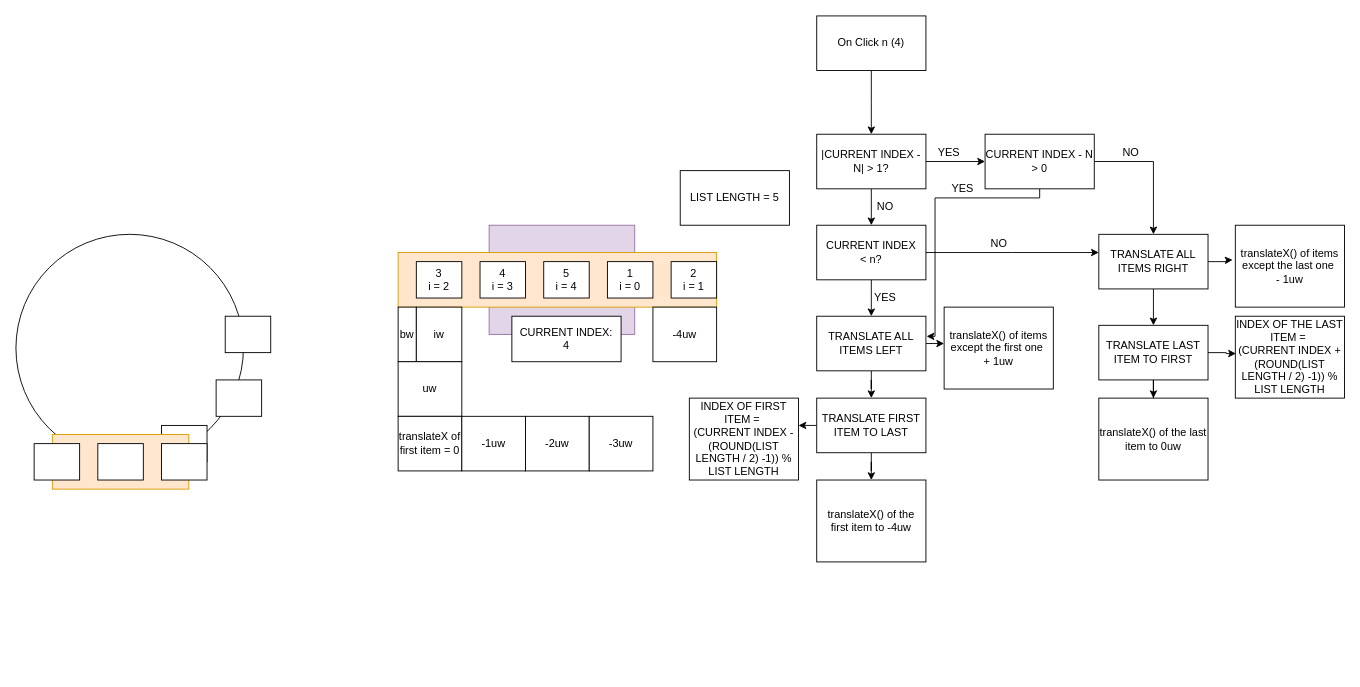
Before: Untitled Diagram.drawio in pavk96/calculator, a draw.io diagram. Source tidied: cells renumbered, new cells numbered last; positions are measured from the earlier drawing's top-left corner, leaving out a move shared by most shapes. Both pictures are drawn from the tidied source at 91%, with x=0, y=0 at pixel (15, 15).
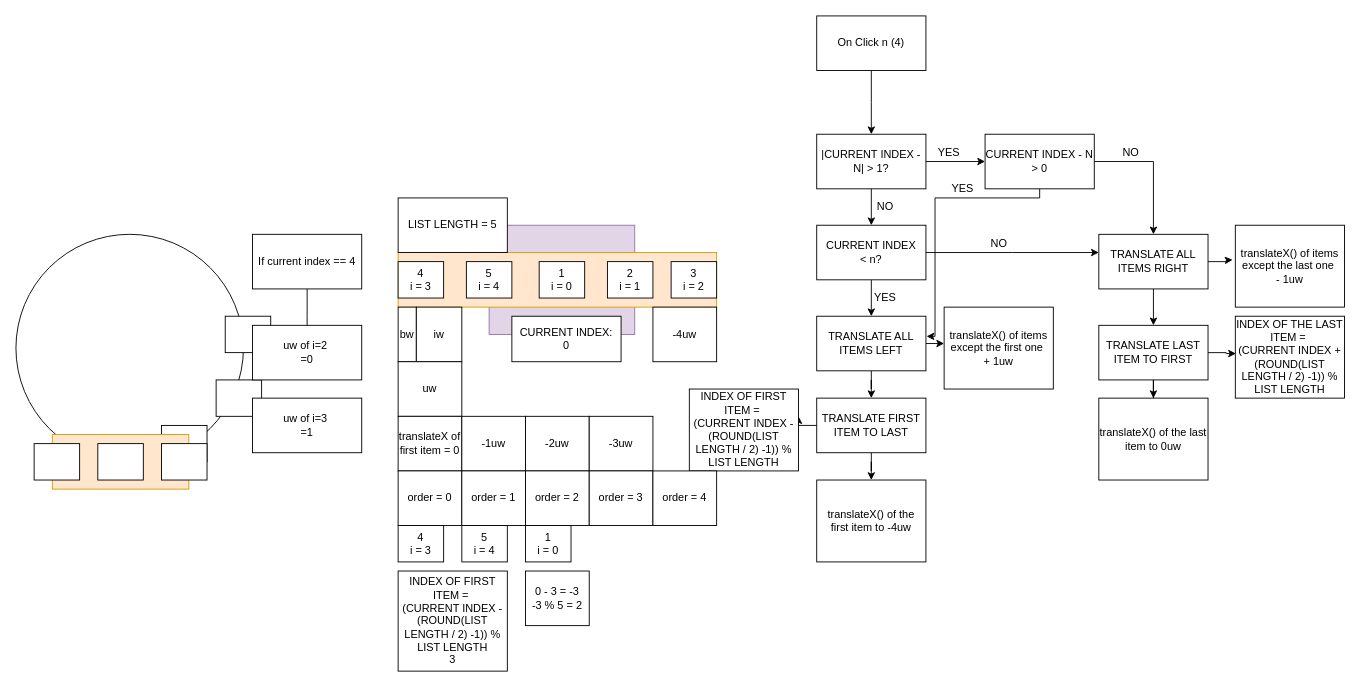
The same page after the edit.

The edit, as a diff of the source:
```diff
@@
     <mxCell id="13" value="2&lt;br&gt;i = 1" style="rounded=0;whiteSpace=wrap;html=1;" parent="1" vertex="1">
-      <mxGeometry x="720" y="270" width="50" height="40" as="geometry" />
+      <mxGeometry x="650" y="270" width="50" height="40" as="geometry" />
     </mxCell>
     <mxCell id="14" value="3&lt;br&gt;i = 2" style="rounded=0;whiteSpace=wrap;html=1;rotation=0;" parent="1" vertex="1">
-      <mxGeometry x="440" y="270" width="50" height="40" as="geometry" />
+      <mxGeometry x="720" y="270" width="50" height="40" as="geometry" />
     </mxCell>
     <mxCell id="15" value="1&lt;br&gt;i = 0" style="rounded=0;whiteSpace=wrap;html=1;" parent="1" vertex="1">
-      <mxGeometry x="650" y="270" width="50" height="40" as="geometry" />
+      <mxGeometry x="575" y="270" width="50" height="40" as="geometry" />
     </mxCell>
     <mxCell id="16" value="4&lt;br&gt;i = 3" style="rounded=0;whiteSpace=wrap;html=1;rotation=0;" parent="1" vertex="1">
-      <mxGeometry x="510" y="270" width="50" height="40" as="geometry" />
+      <mxGeometry x="420" y="270" width="50" height="40" as="geometry" />
     </mxCell>
     <mxCell id="17" value="5&lt;br&gt;i = 4" style="rounded=0;whiteSpace=wrap;html=1;rotation=0;" parent="1" vertex="1">
-      <mxGeometry x="580" y="270" width="50" height="40" as="geometry" />
+      <mxGeometry x="495" y="270" width="50" height="40" as="geometry" />
     </mxCell>
-    <mxCell id="18" value="CURRENT INDEX:&lt;br&gt;4" style="whiteSpace=wrap;html=1;" parent="1" vertex="1">
+    <mxCell id="18" value="CURRENT INDEX:&lt;br&gt;0" style="whiteSpace=wrap;html=1;" parent="1" vertex="1">
       <mxGeometry x="545" y="330" width="120" height="50" as="geometry" />
     </mxCell>
@@
     <mxCell id="27" value="LIST LENGTH = 5" style="whiteSpace=wrap;html=1;" parent="1" vertex="1">
-      <mxGeometry x="730" y="170" width="120" height="60" as="geometry" />
+      <mxGeometry x="420" y="200" width="120" height="60" as="geometry" />
     </mxCell>
@@
     <mxCell id="31" value="INDEX OF FIRST ITEM =&amp;nbsp;&lt;br&gt;(CURRENT INDEX - (ROUND(LIST LENGTH / 2) -1)) % LIST LENGTH" style="whiteSpace=wrap;html=1;" parent="1" vertex="1">
-      <mxGeometry x="740" y="420" width="120" height="90" as="geometry" />
+      <mxGeometry x="740" y="410" width="120" height="90" as="geometry" />
     </mxCell>
@@
+    <mxCell id="63" style="edgeStyle=orthogonalEdgeStyle;rounded=0;jettySize=auto;html=1;" parent="1" edge="1" source="64">
+      <mxGeometry relative="1" as="geometry">
+        <mxPoint x="320" y="360" as="targetPoint" />
+      </mxGeometry>
+    </mxCell>
+    <mxCell id="64" value="If current index == 4" style="whiteSpace=wrap;html=1;" parent="1" vertex="1">
+      <mxGeometry x="260" y="240" width="120" height="60" as="geometry" />
+    </mxCell>
+    <mxCell id="65" value="uw of i=2&amp;nbsp;&lt;br&gt;=0" style="whiteSpace=wrap;html=1;" parent="1" vertex="1">
+      <mxGeometry x="260" y="340" width="120" height="60" as="geometry" />
+    </mxCell>
+    <mxCell id="66" value="uw of i=3&amp;nbsp;&lt;br&gt;=1" style="whiteSpace=wrap;html=1;" parent="1" vertex="1">
+      <mxGeometry x="260" y="420" width="120" height="60" as="geometry" />
+    </mxCell>
+    <mxCell id="67" value="order = 0" style="rounded=0;whiteSpace=wrap;html=1;" parent="1" vertex="1">
+      <mxGeometry x="420" y="500" width="70" height="60" as="geometry" />
+    </mxCell>
+    <mxCell id="68" value="order = 1" style="rounded=0;whiteSpace=wrap;html=1;" parent="1" vertex="1">
+      <mxGeometry x="490" y="500" width="70" height="60" as="geometry" />
+    </mxCell>
+    <mxCell id="69" value="order = 2" style="rounded=0;whiteSpace=wrap;html=1;" parent="1" vertex="1">
+      <mxGeometry x="560" y="500" width="70" height="60" as="geometry" />
+    </mxCell>
+    <mxCell id="70" value="order = 3" style="rounded=0;whiteSpace=wrap;html=1;" parent="1" vertex="1">
+      <mxGeometry x="630" y="500" width="70" height="60" as="geometry" />
+    </mxCell>
+    <mxCell id="71" value="order = 4" style="rounded=0;whiteSpace=wrap;html=1;" parent="1" vertex="1">
+      <mxGeometry x="700" y="500" width="70" height="60" as="geometry" />
+    </mxCell>
+    <mxCell id="72" value="INDEX OF FIRST ITEM =&amp;nbsp;&lt;br&gt;(CURRENT INDEX - (ROUND(LIST LENGTH / 2) -1)) % LIST LENGTH&lt;br&gt;3" style="whiteSpace=wrap;html=1;" parent="1" vertex="1">
+      <mxGeometry x="420" y="610" width="120" height="110" as="geometry" />
+    </mxCell>
+    <mxCell id="73" value="4&lt;br&gt;i = 3" style="rounded=0;whiteSpace=wrap;html=1;rotation=0;" parent="1" vertex="1">
+      <mxGeometry x="420" y="560" width="50" height="40" as="geometry" />
+    </mxCell>
+    <mxCell id="74" value="5&lt;br&gt;i = 4" style="rounded=0;whiteSpace=wrap;html=1;rotation=0;" parent="1" vertex="1">
+      <mxGeometry x="490" y="560" width="50" height="40" as="geometry" />
+    </mxCell>
+    <mxCell id="75" value="1&lt;br&gt;i = 0" style="rounded=0;whiteSpace=wrap;html=1;" parent="1" vertex="1">
+      <mxGeometry x="560" y="560" width="50" height="40" as="geometry" />
+    </mxCell>
+    <mxCell id="76" value="0 - 3 = -3&lt;br&gt;-3 % 5 = 2" style="whiteSpace=wrap;html=1;" parent="1" vertex="1">
+      <mxGeometry x="560" y="610" width="70" height="60" as="geometry" />
+    </mxCell>
```
